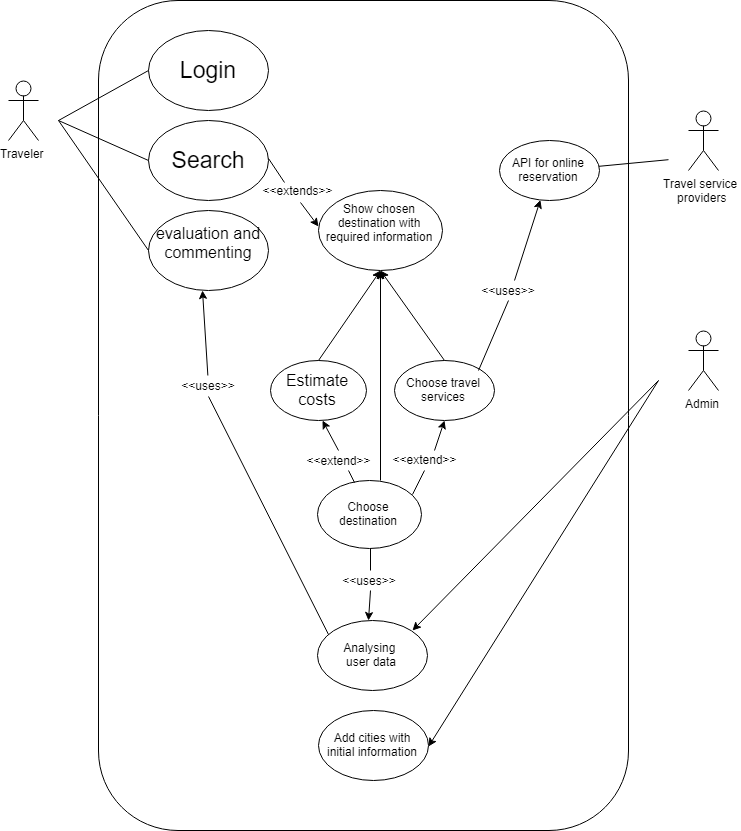
Earlier version of the draw.io export UseCase.png (group-c/sw-project). Source tidied: cells renumbered, new cells last; positions are measured from the earlier drawing's top-left corner, leaving out a move shared by most shapes.
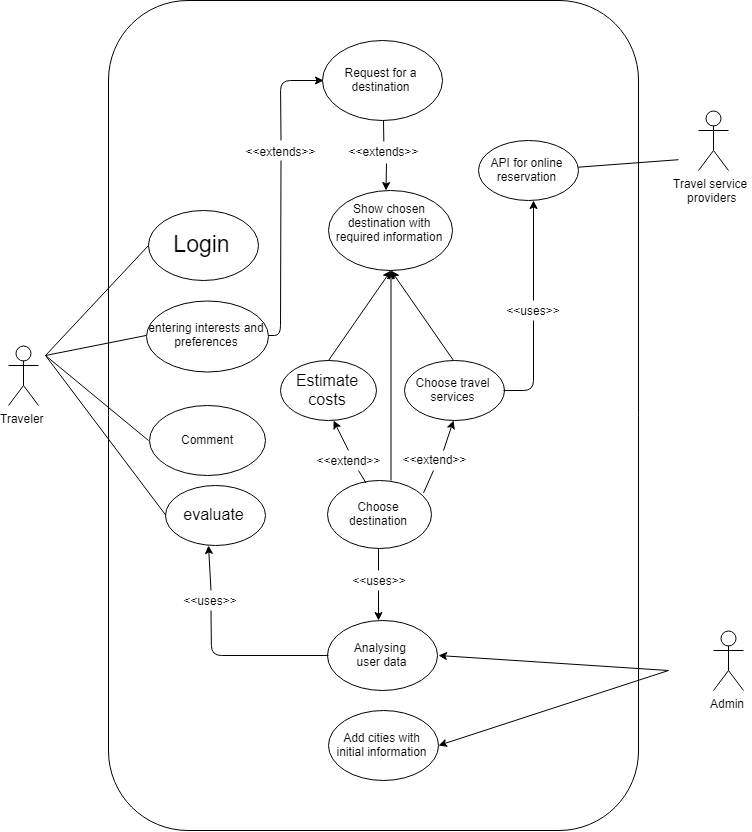
After the commit.

Commit message:
Deleted "Search" usecase and added new usecases. Reyhaneh

Diff of the diagram source:
```diff
@@ -6,70 +6,61 @@
       <mxGeometry x="90" width="530" height="830" as="geometry" />
     </mxCell>
     <mxCell id="3" value="Traveler&lt;br&gt;&lt;br&gt;" style="shape=umlActor;verticalLabelPosition=bottom;labelBackgroundColor=#ffffff;verticalAlign=top;html=1;" parent="1" vertex="1">
-      <mxGeometry y="80" width="30" height="60" as="geometry" />
+      <mxGeometry x="-10" y="345" width="30" height="60" as="geometry" />
     </mxCell>
     <mxCell id="4" value="&lt;font style=&quot;font-size: 23px&quot;&gt;Login&lt;/font&gt;" style="ellipse;whiteSpace=wrap;html=1;" parent="1" vertex="1">
-      <mxGeometry x="140" y="30" width="120" height="80" as="geometry" />
+      <mxGeometry x="130" y="210" width="110" height="70" as="geometry" />
     </mxCell>
-    <mxCell id="5" value="&lt;font style=&quot;font-size: 23px&quot;&gt;Search&lt;/font&gt;" style="ellipse;whiteSpace=wrap;html=1;" parent="1" vertex="1">
-      <mxGeometry x="140" y="120" width="120" height="80" as="geometry" />
-    </mxCell>
-    <mxCell id="6" value="&lt;font style=&quot;font-size: 16px&quot;&gt;evaluation and&lt;br&gt;commenting&lt;br&gt;&lt;/font&gt;&lt;br&gt;" style="ellipse;whiteSpace=wrap;html=1;" parent="1" vertex="1">
-      <mxGeometry x="140" y="210" width="120" height="80" as="geometry" />
+    <mxCell id="6" value="&lt;span style=&quot;font-size: 16px&quot;&gt;evaluate&lt;/span&gt;&lt;br&gt;" style="ellipse;whiteSpace=wrap;html=1;" parent="1" vertex="1">
+      <mxGeometry x="147" y="485" width="100" height="60" as="geometry" />
     </mxCell>
     <mxCell id="7" value="Travel service&amp;nbsp;&lt;br&gt;providers&lt;br&gt;" style="shape=umlActor;verticalLabelPosition=bottom;labelBackgroundColor=#ffffff;verticalAlign=top;html=1;" parent="1" vertex="1">
       <mxGeometry x="680" y="110" width="30" height="60" as="geometry" />
     </mxCell>
     <mxCell id="8" style="endArrow=none;html=1;entryX=0;entryY=0.5;entryDx=0;entryDy=0;" parent="1" edge="1" target="4">
       <mxGeometry relative="1" as="geometry">
-        <mxPoint x="50" y="120" as="sourcePoint" />
+        <mxPoint x="27" y="355" as="sourcePoint" />
       </mxGeometry>
     </mxCell>
-    <mxCell id="9" style="endArrow=none;html=1;exitX=0;exitY=0.5;exitDx=0;exitDy=0;" parent="1" edge="1" source="5">
+    <mxCell id="9" style="endArrow=none;html=1;exitX=0;exitY=0.5;exitDx=0;exitDy=0;" parent="1" edge="1" source="43">
       <mxGeometry relative="1" as="geometry">
-        <mxPoint x="50" y="120" as="targetPoint" />
+        <mxPoint x="27" y="355" as="targetPoint" />
       </mxGeometry>
     </mxCell>
     <mxCell id="10" style="endArrow=none;html=1;exitX=0;exitY=0.5;exitDx=0;exitDy=0;" parent="1" edge="1" source="6">
       <mxGeometry relative="1" as="geometry">
-        <mxPoint x="50" y="120" as="targetPoint" />
+        <mxPoint x="27" y="355" as="targetPoint" />
       </mxGeometry>
     </mxCell>
     <mxCell id="11" value="&lt;font style=&quot;font-size: 16px&quot;&gt;Estimate costs&lt;/font&gt;" style="ellipse;whiteSpace=wrap;html=1;" parent="1" vertex="1">
       <mxGeometry x="262" y="360" width="96" height="60" as="geometry" />
     </mxCell>
     <mxCell id="12" value="Admin&lt;br&gt;&lt;br&gt;" style="shape=umlActor;verticalLabelPosition=bottom;labelBackgroundColor=#ffffff;verticalAlign=top;html=1;" parent="1" vertex="1">
-      <mxGeometry x="680" y="330" width="30" height="60" as="geometry" />
+      <mxGeometry x="695" y="630" width="30" height="60" as="geometry" />
     </mxCell>
     <mxCell id="13" value="Add cities with initial information&lt;br&gt;" style="ellipse;whiteSpace=wrap;html=1;" parent="1" vertex="1">
       <mxGeometry x="310" y="710" width="110" height="70" as="geometry" />
     </mxCell>
     <mxCell id="14" style="endArrow=classic;html=1;entryX=1;entryY=0.5;entryDx=0;entryDy=0;" parent="1" edge="1" target="13">
       <mxGeometry relative="1" as="geometry">
-        <mxPoint x="650" y="380" as="sourcePoint" />
+        <mxPoint x="650" y="670" as="sourcePoint" />
       </mxGeometry>
     </mxCell>
     <mxCell id="15" value="Analysing &lt;br&gt;user data" style="ellipse;whiteSpace=wrap;html=1;" parent="1" vertex="1">
       <mxGeometry x="309" y="620" width="110" height="70" as="geometry" />
     </mxCell>
-    <mxCell id="16" style="endArrow=classic;html=1;entryX=0.45;entryY=1;entryDx=0;entryDy=0;entryPerimeter=0;" parent="1" edge="1" source="17" target="6">
-      <mxGeometry relative="1" as="geometry" />
-    </mxCell>
     <mxCell id="17" value="&amp;lt;&amp;lt;uses&amp;gt;&amp;gt;" style="text;html=1;strokeColor=none;fillColor=none;align=center;verticalAlign=middle;whiteSpace=wrap;rounded=0;" parent="1" vertex="1">
-      <mxGeometry x="180" y="375" width="40" height="20" as="geometry" />
+      <mxGeometry x="172" y="590" width="40" height="20" as="geometry" />
     </mxCell>
-    <mxCell id="18" style="endArrow=none;html=1;entryX=0.095;entryY=0.206;entryDx=0;entryDy=0;exitX=0.5;exitY=1;exitDx=0;exitDy=0;entryPerimeter=0;" parent="1" edge="1" source="17" target="15">
-      <mxGeometry relative="1" as="geometry" />
-    </mxCell>
     <mxCell id="19" value="API for online reservation" style="ellipse;whiteSpace=wrap;html=1;" parent="1" vertex="1">
-      <mxGeometry x="491" y="140" width="100" height="60" as="geometry" />
+      <mxGeometry x="460" y="140" width="100" height="60" as="geometry" />
     </mxCell>
     <mxCell id="20" value="Choose destination&lt;br&gt;" style="ellipse;whiteSpace=wrap;html=1;" parent="1" vertex="1">
       <mxGeometry x="309" y="480" width="104" height="68" as="geometry" />
     </mxCell>
-    <mxCell id="21" style="endArrow=classic;html=1;entryX=1;entryY=0;entryDx=0;entryDy=0;" parent="1" edge="1" target="15">
+    <mxCell id="21" style="endArrow=classic;html=1;entryX=1;entryY=0.5;entryDx=0;entryDy=0;" parent="1" edge="1" target="15">
       <mxGeometry relative="1" as="geometry">
-        <mxPoint x="650" y="380" as="sourcePoint" />
+        <mxPoint x="650" y="670" as="sourcePoint" />
       </mxGeometry>
     </mxCell>
     <mxCell id="22" value="Choose travel services" style="ellipse;whiteSpace=wrap;html=1;" parent="1" vertex="1">
@@ -83,8 +74,10 @@
     <mxCell id="24" value="Show chosen destination with required information&lt;br&gt;&lt;br&gt;" style="ellipse;whiteSpace=wrap;html=1;" parent="1" vertex="1">
       <mxGeometry x="310" y="190" width="124" height="80" as="geometry" />
     </mxCell>
-    <mxCell id="25" style="endArrow=classic;html=1;entryX=0;entryY=0.459;entryDx=0;entryDy=0;entryPerimeter=0;exitX=0.586;exitY=1.076;exitDx=0;exitDy=0;exitPerimeter=0;" parent="1" edge="1" source="41" target="24">
-      <mxGeometry relative="1" as="geometry" />
+    <mxCell id="25" style="endArrow=classic;html=1;entryX=0.465;entryY=0.003;entryDx=0;entryDy=0;entryPerimeter=0;" parent="1" edge="1" target="24">
+      <mxGeometry relative="1" as="geometry">
+        <mxPoint x="368" y="163" as="sourcePoint" />
+      </mxGeometry>
     </mxCell>
     <mxCell id="26" style="endArrow=classic;html=1;entryX=0.464;entryY=0;entryDx=0;entryDy=0;entryPerimeter=0;exitX=0.5;exitY=1;exitDx=0;exitDy=0;" parent="1" edge="1" source="27" target="15">
       <mxGeometry relative="1" as="geometry" />
@@ -122,22 +115,66 @@
     <mxCell id="37" style="endArrow=classic;html=1;entryX=0.5;entryY=1;entryDx=0;entryDy=0;exitX=0.601;exitY=-0.002;exitDx=0;exitDy=0;exitPerimeter=0;" parent="1" edge="1" source="20" target="24">
       <mxGeometry relative="1" as="geometry" />
     </mxCell>
-    <mxCell id="38" style="endArrow=classic;html=1;exitX=0.647;exitY=0.019;exitDx=0;exitDy=0;exitPerimeter=0;" parent="1" edge="1" source="39" target="19">
+    <mxCell id="38" style="endArrow=classic;html=1;exitX=0.5;exitY=0;exitDx=0;exitDy=0;entryX=0.548;entryY=1.01;entryDx=0;entryDy=0;entryPerimeter=0;" parent="1" edge="1" source="39" target="19">
       <mxGeometry relative="1" as="geometry" />
     </mxCell>
     <mxCell id="39" value="&amp;lt;&amp;lt;uses&amp;gt;&amp;gt;&lt;br&gt;" style="text;html=1;strokeColor=none;fillColor=none;align=center;verticalAlign=middle;whiteSpace=wrap;rounded=0;" parent="1" vertex="1">
-      <mxGeometry x="480" y="280" width="40" height="20" as="geometry" />
+      <mxGeometry x="495" y="300" width="40" height="20" as="geometry" />
     </mxCell>
     <mxCell id="40" style="endArrow=none;html=1;entryX=0.5;entryY=1;entryDx=0;entryDy=0;" parent="1" edge="1" target="39">
       <mxGeometry relative="1" as="geometry">
-        <mxPoint x="470" y="370" as="sourcePoint" />
+        <mxPoint x="485" y="390" as="sourcePoint" />
+        <Array as="points">
+          <mxPoint x="515" y="390" />
+        </Array>
       </mxGeometry>
     </mxCell>
     <mxCell id="41" value="&amp;lt;&amp;lt;extends&amp;gt;&amp;gt;" style="text;html=1;strokeColor=none;fillColor=none;align=center;verticalAlign=middle;whiteSpace=wrap;rounded=0;" parent="1" vertex="1">
-      <mxGeometry x="269" y="180" width="40" height="20" as="geometry" />
+      <mxGeometry x="345.5" y="141" width="40" height="20" as="geometry" />
     </mxCell>
-    <mxCell id="42" style="endArrow=none;html=1;entryX=0.999;entryY=0.469;entryDx=0;entryDy=0;entryPerimeter=0;exitX=0.197;exitY=0.052;exitDx=0;exitDy=0;exitPerimeter=0;" parent="1" edge="1" source="41" target="5">
-      <mxGeometry relative="1" as="geometry" />
-    </mxCell>
+    <mxCell id="43" value="entering interests and preferences" style="ellipse;whiteSpace=wrap;html=1;" parent="1" vertex="1">
+      <mxGeometry x="128" y="300" width="122" height="71" as="geometry" />
+    </mxCell>
+    <mxCell id="44" value="Comment" style="ellipse;whiteSpace=wrap;html=1;" parent="1" vertex="1">
+      <mxGeometry x="131" y="405" width="116" height="70" as="geometry" />
+    </mxCell>
+    <mxCell id="45" style="endArrow=none;html=1;exitX=0;exitY=0.5;exitDx=0;exitDy=0;" parent="1" edge="1" source="44">
+      <mxGeometry relative="1" as="geometry">
+        <mxPoint x="27" y="355" as="targetPoint" />
+      </mxGeometry>
+    </mxCell>
+    <mxCell id="46" value="Request for a destination" style="ellipse;whiteSpace=wrap;html=1;" parent="1" vertex="1">
+      <mxGeometry x="304" y="40" width="120" height="80" as="geometry" />
+    </mxCell>
+    <mxCell id="47" style="endArrow=none;html=1;entryX=0.5;entryY=1;entryDx=0;entryDy=0;" parent="1" edge="1" source="41" target="46">
+      <mxGeometry relative="1" as="geometry" />
+    </mxCell>
+    <mxCell id="48" style="endArrow=none;html=1;entryX=0.5;entryY=1;entryDx=0;entryDy=0;exitX=0;exitY=0.5;exitDx=0;exitDy=0;" parent="1" edge="1" source="15" target="17">
+      <mxGeometry relative="1" as="geometry">
+        <Array as="points">
+          <mxPoint x="193" y="655" />
+        </Array>
+      </mxGeometry>
+    </mxCell>
+    <mxCell id="16" style="endArrow=classic;html=1;exitX=0.5;exitY=0;exitDx=0;exitDy=0;entryX=0.44;entryY=0.984;entryDx=0;entryDy=0;entryPerimeter=0;" parent="1" edge="1" source="17" target="6">
+      <mxGeometry relative="1" as="geometry" />
+    </mxCell>
+    <mxCell id="49" value="&amp;lt;&amp;lt;extends&amp;gt;&amp;gt;&lt;br&gt;" style="text;html=1;strokeColor=none;fillColor=none;align=center;verticalAlign=middle;whiteSpace=wrap;rounded=0;" parent="1" vertex="1">
+      <mxGeometry x="242" y="141" width="40" height="20" as="geometry" />
+    </mxCell>
+    <mxCell id="50" style="endArrow=classic;html=1;entryX=0;entryY=0.5;entryDx=0;entryDy=0;exitX=0.5;exitY=0;exitDx=0;exitDy=0;" parent="1" edge="1" source="49" target="46">
+      <mxGeometry relative="1" as="geometry">
+        <Array as="points">
+          <mxPoint x="262" y="80" />
+        </Array>
+      </mxGeometry>
+    </mxCell>
+    <mxCell id="51" style="endArrow=none;html=1;entryX=0.5;entryY=1;entryDx=0;entryDy=0;exitX=1;exitY=0.5;exitDx=0;exitDy=0;" parent="1" edge="1" source="43" target="49">
+      <mxGeometry relative="1" as="geometry">
+        <Array as="points">
+          <mxPoint x="262" y="335" />
+        </Array>
+      </mxGeometry>
+    </mxCell>
   </root>
 </mxGraphModel>
```
